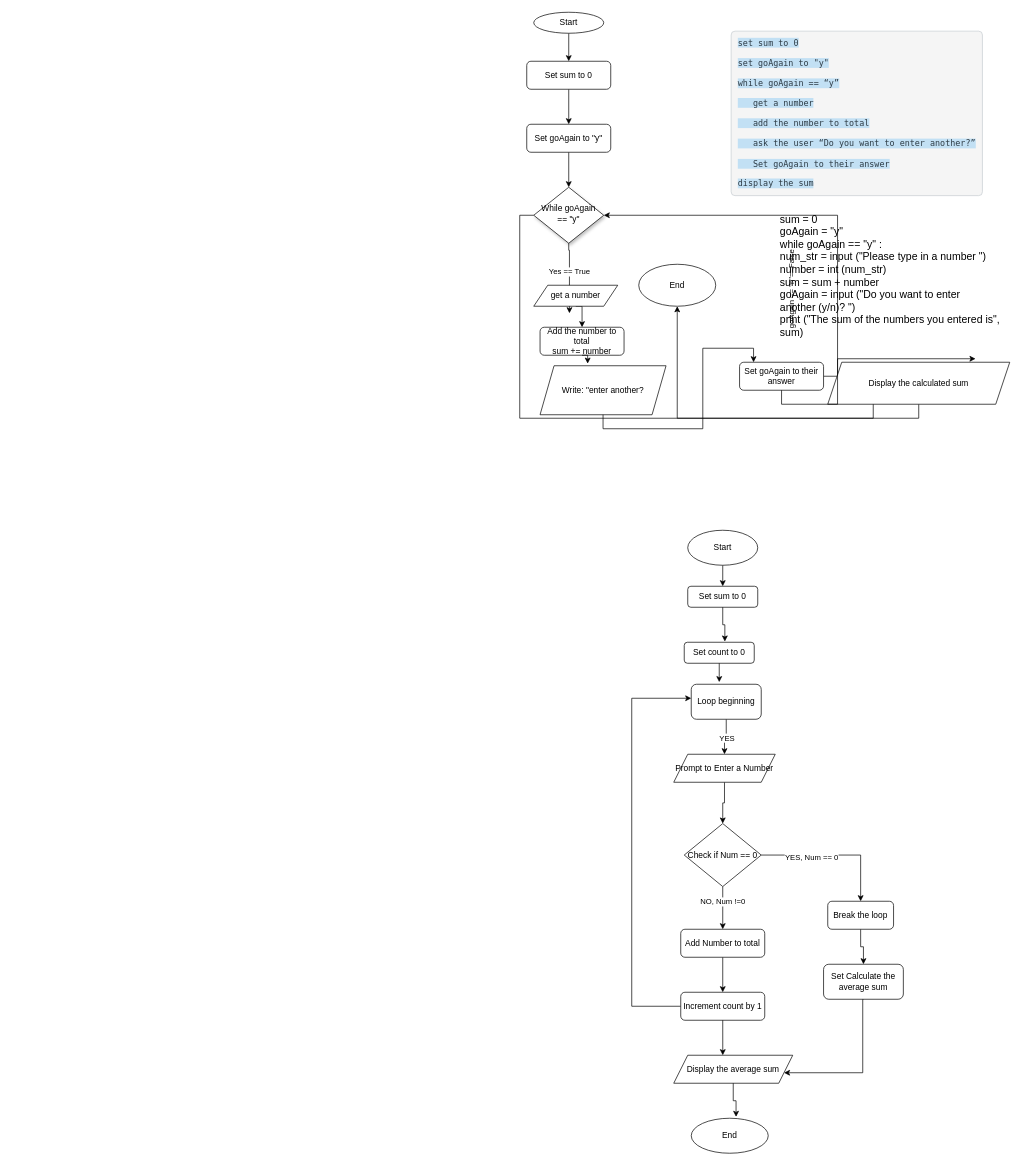
Earlier version of the draw.io diagram Untitled Diagram.drawio (RayaVelinova/Test_Repo_very_First). Source tidied: cells renumbered, new cells numbered last; positions are measured from the earlier drawing's top-left corner, leaving out a move shared by most shapes. Both pictures are drawn from the tidied source at 70%, with x=0, y=0 at pixel (519, 12).
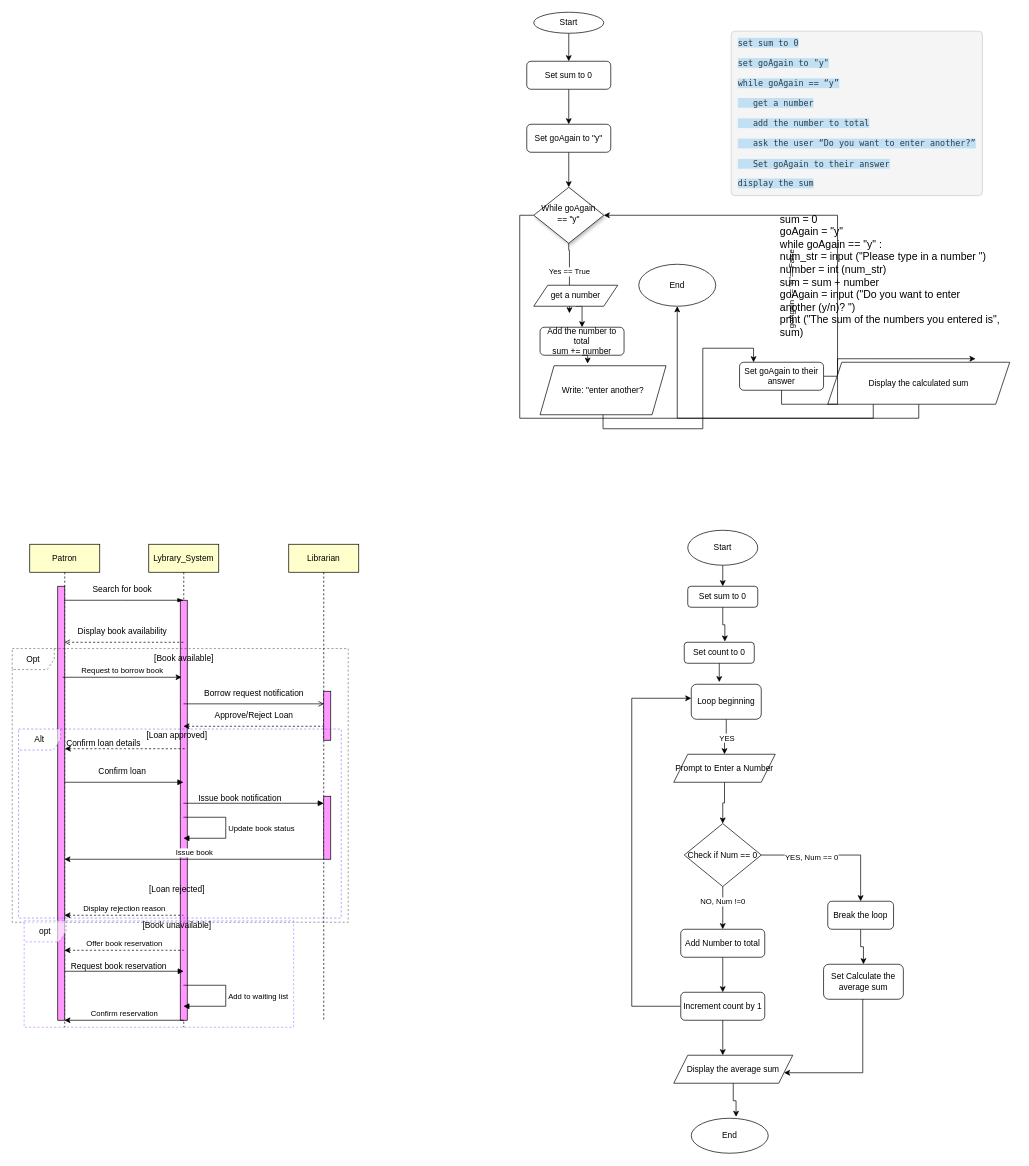
The same page after the edit.

Diff of the diagram source:
```diff
@@
+    <mxCell id="55" value="Patron" style="shape=umlLifeline;perimeter=lifelinePerimeter;whiteSpace=wrap;html=1;outlineConnect=0;portConstraint=eastwest;newEdgeStyle={&quot;curved&quot;:0,&quot;rounded&quot;:0};fillColor=#FFFFCC;" parent="1" vertex="1">
+      <mxGeometry x="-700" y="760" width="100" height="690" as="geometry" />
+    </mxCell>
+    <mxCell id="56" style="html=1;perimeter=orthogonalPerimeter;targetShapes=umlLifeline;newEdgeStyle={&quot;curved&quot;:0,&quot;rounded&quot;:0};fillColor=#FF99FF;" parent="55" vertex="1">
+      <mxGeometry x="40" y="60" width="10" height="620" as="geometry" />
+    </mxCell>
+    <mxCell id="57" value="Lybrary_System" style="shape=umlLifeline;perimeter=lifelinePerimeter;whiteSpace=wrap;html=1;outlineConnect=0;portConstraint=eastwest;newEdgeStyle={&quot;curved&quot;:0,&quot;rounded&quot;:0};fillColor=#FFFFCC;" parent="1" vertex="1">
+      <mxGeometry x="-530" y="760" width="100" height="690" as="geometry" />
+    </mxCell>
+    <mxCell id="58" style="html=1;perimeter=orthogonalPerimeter;targetShapes=umlLifeline;newEdgeStyle={&quot;curved&quot;:0,&quot;rounded&quot;:0};fillColor=#FF99FF;" parent="57" vertex="1">
+      <mxGeometry x="45" y="80" width="10" height="600" as="geometry" />
+    </mxCell>
+    <mxCell id="59" value="Librarian" style="shape=umlLifeline;perimeter=lifelinePerimeter;whiteSpace=wrap;html=1;outlineConnect=0;portConstraint=eastwest;newEdgeStyle={&quot;curved&quot;:0,&quot;rounded&quot;:0};fillColor=#FFFFCC;" parent="1" vertex="1">
+      <mxGeometry x="-330" y="760" width="100" height="680" as="geometry" />
+    </mxCell>
+    <mxCell id="60" style="html=1;perimeter=orthogonalPerimeter;targetShapes=umlLifeline;newEdgeStyle={&quot;curved&quot;:0,&quot;rounded&quot;:0};fillColor=#FF99FF;" parent="59" vertex="1">
+      <mxGeometry x="50" y="210" width="10" height="70" as="geometry" />
+    </mxCell>
+    <mxCell id="61" style="html=1;perimeter=orthogonalPerimeter;targetShapes=umlLifeline;newEdgeStyle={&quot;curved&quot;:0,&quot;rounded&quot;:0};fillColor=#FF99FF;" parent="59" vertex="1">
+      <mxGeometry x="50" y="360" width="10" height="90" as="geometry" />
+    </mxCell>
+    <mxCell id="62" style="edgeStyle=elbowEdgeStyle;fontSize=12;html=1;endArrow=blockThin;endFill=1;rounded=0;" parent="1" edge="1" source="55" target="57">
+      <mxGeometry relative="1" as="geometry">
+        <Array as="points">
+          <mxPoint x="-570" y="840" />
+        </Array>
+      </mxGeometry>
+    </mxCell>
+    <mxCell id="63" style="edgeStyle=elbowEdgeStyle;fontSize=12;html=1;endArrow=none;endFill=0;rounded=0;exitX=0.077;exitY=0.737;exitDx=0;exitDy=0;exitPerimeter=0;entryX=0.605;entryY=1.137;entryDx=0;entryDy=0;entryPerimeter=0;startArrow=classic;startFill=1;dashed=1;" parent="1" edge="1" source="74" target="73">
+      <mxGeometry relative="1" as="geometry" />
+    </mxCell>
+    <mxCell id="64" value="Request to borrow book" style="html=1;verticalAlign=bottom;endArrow=none;curved=0;rounded=0;startArrow=classic;startFill=1;endFill=0;" parent="1" edge="1">
+      <mxGeometry relative="1" as="geometry">
+        <mxPoint x="-483" y="950" as="sourcePoint" />
+        <mxPoint x="-653" y="950" as="targetPoint" />
+      </mxGeometry>
+    </mxCell>
+    <mxCell id="65" value="Search for book" style="text;html=1;align=center;verticalAlign=middle;strokeColor=none;fillColor=none;" parent="1" vertex="1">
+      <mxGeometry x="-623" y="810" width="110" height="30" as="geometry" />
+    </mxCell>
+    <mxCell id="66" value="Display book availability" style="text;html=1;align=center;verticalAlign=middle;strokeColor=none;fillColor=none;" parent="1" vertex="1">
+      <mxGeometry x="-643" y="870" width="150" height="30" as="geometry" />
+    </mxCell>
+    <mxCell id="67" value="[Book available]" style="text;html=1;align=center;verticalAlign=middle;strokeColor=none;fillColor=none;" parent="1" vertex="1">
+      <mxGeometry x="-535" y="908" width="110" height="30" as="geometry" />
+    </mxCell>
+    <mxCell id="68" style="html=1;verticalAlign=bottom;labelBackgroundColor=none;endArrow=open;endFill=0;rounded=0;exitX=0.487;exitY=0.549;exitDx=0;exitDy=0;exitPerimeter=0;" parent="1" edge="1">
+      <mxGeometry relative="1" as="geometry">
+        <mxPoint x="-480.4" y="988" as="sourcePoint" />
+        <mxPoint x="-279.6" y="988" as="targetPoint" />
+      </mxGeometry>
+    </mxCell>
+    <mxCell id="69" value="Borrow request notification" style="text;html=1;align=center;verticalAlign=middle;strokeColor=none;fillColor=none;" parent="1" vertex="1">
+      <mxGeometry x="-465" y="958" width="170" height="30" as="geometry" />
+    </mxCell>
+    <mxCell id="70" style="html=1;verticalAlign=bottom;labelBackgroundColor=none;endArrow=open;endFill=0;dashed=1;rounded=0;" parent="1" edge="1" source="57" target="55">
+      <mxGeometry relative="1" as="geometry">
+        <Array as="points">
+          <mxPoint x="-570" y="900" />
+        </Array>
+      </mxGeometry>
+    </mxCell>
+    <mxCell id="71" style="html=1;verticalAlign=bottom;labelBackgroundColor=none;endArrow=none;endFill=0;dashed=1;rounded=0;startArrow=classic;startFill=1;" parent="1" edge="1" source="57" target="59">
+      <mxGeometry relative="1" as="geometry">
+        <Array as="points">
+          <mxPoint x="-380" y="1020" />
+        </Array>
+      </mxGeometry>
+    </mxCell>
+    <mxCell id="72" value="Approve/Reject Loan" style="text;html=1;align=center;verticalAlign=middle;strokeColor=none;fillColor=none;" parent="1" vertex="1">
+      <mxGeometry x="-450" y="990" width="140" height="30" as="geometry" />
+    </mxCell>
+    <mxCell id="73" value="[Loan approved]" style="text;html=1;align=center;verticalAlign=middle;points=[];strokeColor=none;fillColor=none;" parent="1" vertex="1">
+      <mxGeometry x="-545" y="1018" width="110" height="30" as="geometry" />
+    </mxCell>
+    <mxCell id="74" value="Confirm loan details" style="text;html=1;align=center;verticalAlign=middle;points=[];strokeColor=none;fillColor=none;" parent="1" vertex="1">
+      <mxGeometry x="-660" y="1030" width="130" height="30" as="geometry" />
+    </mxCell>
+    <mxCell id="75" style="html=1;verticalAlign=bottom;labelBackgroundColor=none;endArrow=block;endFill=1;rounded=0;" parent="1" edge="1" source="55" target="57">
+      <mxGeometry relative="1" as="geometry">
+        <Array as="points">
+          <mxPoint x="-580" y="1100" />
+        </Array>
+      </mxGeometry>
+    </mxCell>
+    <mxCell id="76" value="Confirm loan" style="text;html=1;align=center;verticalAlign=middle;strokeColor=none;fillColor=none;" parent="1" vertex="1">
+      <mxGeometry x="-613" y="1070" width="90" height="30" as="geometry" />
+    </mxCell>
+    <mxCell id="77" style="html=1;verticalAlign=bottom;labelBackgroundColor=none;endArrow=block;endFill=1;rounded=0;" parent="1" edge="1" source="57">
+      <mxGeometry relative="1" as="geometry">
+        <mxPoint x="-280" y="1130" as="targetPoint" />
+        <Array as="points">
+          <mxPoint x="-340" y="1130" />
+        </Array>
+      </mxGeometry>
+    </mxCell>
+    <mxCell id="78" value="Issue book notification" style="text;html=1;align=center;verticalAlign=middle;strokeColor=none;fillColor=none;" parent="1" vertex="1">
+      <mxGeometry x="-470" y="1108" width="140" height="30" as="geometry" />
+    </mxCell>
+    <mxCell id="79" value="Update book status" style="html=1;align=left;spacingLeft=2;endArrow=block;rounded=0;edgeStyle=orthogonalEdgeStyle;curved=0;rounded=0;" parent="1" edge="1" source="57">
+      <mxGeometry relative="1" as="geometry">
+        <mxPoint x="-480.5" y="1180" as="targetPoint" />
+        <Array as="points">
+          <mxPoint x="-420" y="1150" />
+          <mxPoint x="-420" y="1180" />
+        </Array>
+      </mxGeometry>
+    </mxCell>
+    <mxCell id="80" value="Issue book" style="html=1;verticalAlign=bottom;endArrow=none;curved=0;rounded=0;startArrow=classic;startFill=1;endFill=0;" parent="1" edge="1">
+      <mxGeometry relative="1" as="geometry">
+        <mxPoint x="-650.5" y="1210" as="sourcePoint" />
+        <mxPoint x="-280.5" y="1210" as="targetPoint" />
+      </mxGeometry>
+    </mxCell>
+    <mxCell id="81" value="[Loan rejected]" style="text;html=1;align=center;verticalAlign=middle;strokeColor=none;fillColor=none;" parent="1" vertex="1">
+      <mxGeometry x="-540" y="1238" width="100" height="30" as="geometry" />
+    </mxCell>
+    <mxCell id="82" value="Display rejection reason" style="html=1;verticalAlign=bottom;endArrow=none;curved=0;rounded=0;startArrow=classic;startFill=1;endFill=0;dashed=1;" parent="1" edge="1" source="55" target="57">
+      <mxGeometry relative="1" as="geometry">
+        <Array as="points">
+          <mxPoint x="-570" y="1290" />
+        </Array>
+      </mxGeometry>
+    </mxCell>
+    <mxCell id="83" value="[Book unavailable]" style="text;html=1;align=center;verticalAlign=middle;strokeColor=none;fillColor=none;" parent="1" vertex="1">
+      <mxGeometry x="-550" y="1290" width="120" height="30" as="geometry" />
+    </mxCell>
+    <mxCell id="84" value="Offer book reservation" style="html=1;verticalAlign=bottom;endArrow=none;curved=0;rounded=0;startArrow=classic;startFill=1;endFill=0;dashed=1;" parent="1" edge="1" source="55">
+      <mxGeometry relative="1" as="geometry">
+        <mxPoint x="-480" y="1340" as="targetPoint" />
+      </mxGeometry>
+    </mxCell>
+    <mxCell id="85" style="html=1;verticalAlign=bottom;labelBackgroundColor=none;endArrow=block;endFill=1;rounded=0;" parent="1" edge="1">
+      <mxGeometry relative="1" as="geometry">
+        <mxPoint x="-650" y="1370" as="sourcePoint" />
+        <mxPoint x="-480" y="1370" as="targetPoint" />
+        <Array as="points">
+          <mxPoint x="-580" y="1370" />
+        </Array>
+      </mxGeometry>
+    </mxCell>
+    <mxCell id="86" value="Request book reservation" style="text;html=1;align=center;verticalAlign=middle;strokeColor=none;fillColor=none;" parent="1" vertex="1">
+      <mxGeometry x="-653" y="1348" width="160" height="30" as="geometry" />
+    </mxCell>
+    <mxCell id="87" value="Add to waiting list" style="html=1;align=left;spacingLeft=2;endArrow=block;rounded=0;edgeStyle=orthogonalEdgeStyle;curved=0;rounded=0;" parent="1" edge="1" source="57" target="57">
+      <mxGeometry relative="1" as="geometry">
+        <Array as="points">
+          <mxPoint x="-420" y="1390" />
+          <mxPoint x="-420" y="1420" />
+        </Array>
+      </mxGeometry>
+    </mxCell>
+    <mxCell id="88" value="Confirm reservation" style="html=1;verticalAlign=bottom;endArrow=none;curved=0;rounded=0;startArrow=classic;startFill=1;endFill=0;" parent="1" edge="1" source="55">
+      <mxGeometry relative="1" as="geometry">
+        <mxPoint x="-480" y="1440" as="targetPoint" />
+      </mxGeometry>
+    </mxCell>
+    <mxCell id="89" value="Opt" style="shape=umlFrame;whiteSpace=wrap;html=1;dashed=1;opacity=60;strokeColor=#1A1A1A;" parent="1" vertex="1">
+      <mxGeometry x="-725" y="909" width="480" height="391" as="geometry" />
+    </mxCell>
+    <mxCell id="90" value="Alt" style="shape=umlFrame;whiteSpace=wrap;html=1;dashed=1;strokeColor=#3333FF;opacity=60;" parent="1" vertex="1">
+      <mxGeometry x="-716" y="1024" width="461" height="270" as="geometry" />
+    </mxCell>
+    <mxCell id="91" value="opt" style="shape=umlFrame;whiteSpace=wrap;html=1;dashed=1;opacity=60;strokeColor=#9933FF;" parent="1" vertex="1">
+      <mxGeometry x="-708" y="1298" width="385" height="152" as="geometry" />
+    </mxCell>
```
